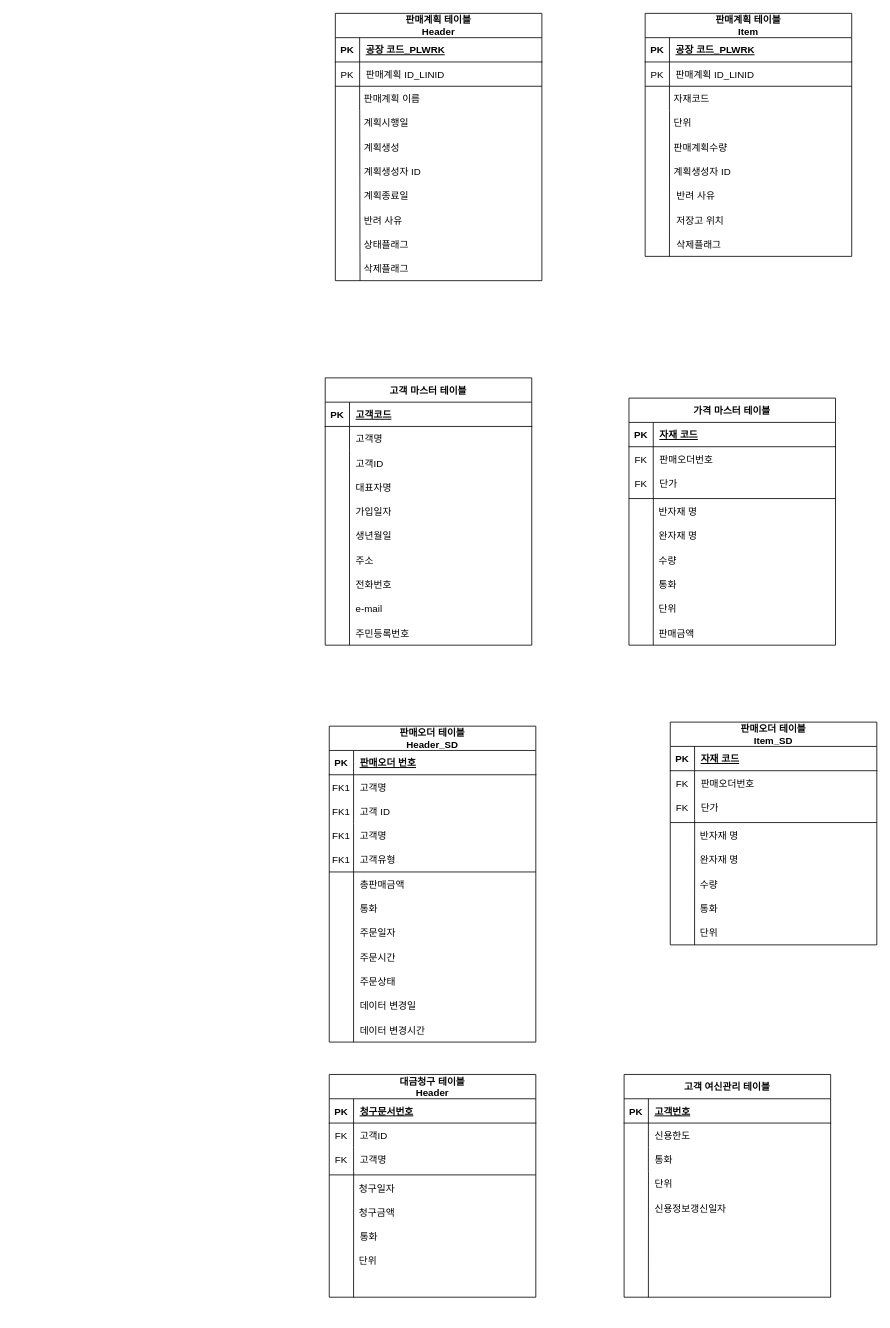
Above: ERD.drawio in theboxx/haha (draw.io), before the change. Source tidied: cells renumbered, new cells numbered last; positions are measured from the earlier drawing's top-left corner, leaving out a move shared by most shapes. Both pictures are drawn from the tidied source at 81%, with x=0, y=0 at pixel (325, 13).
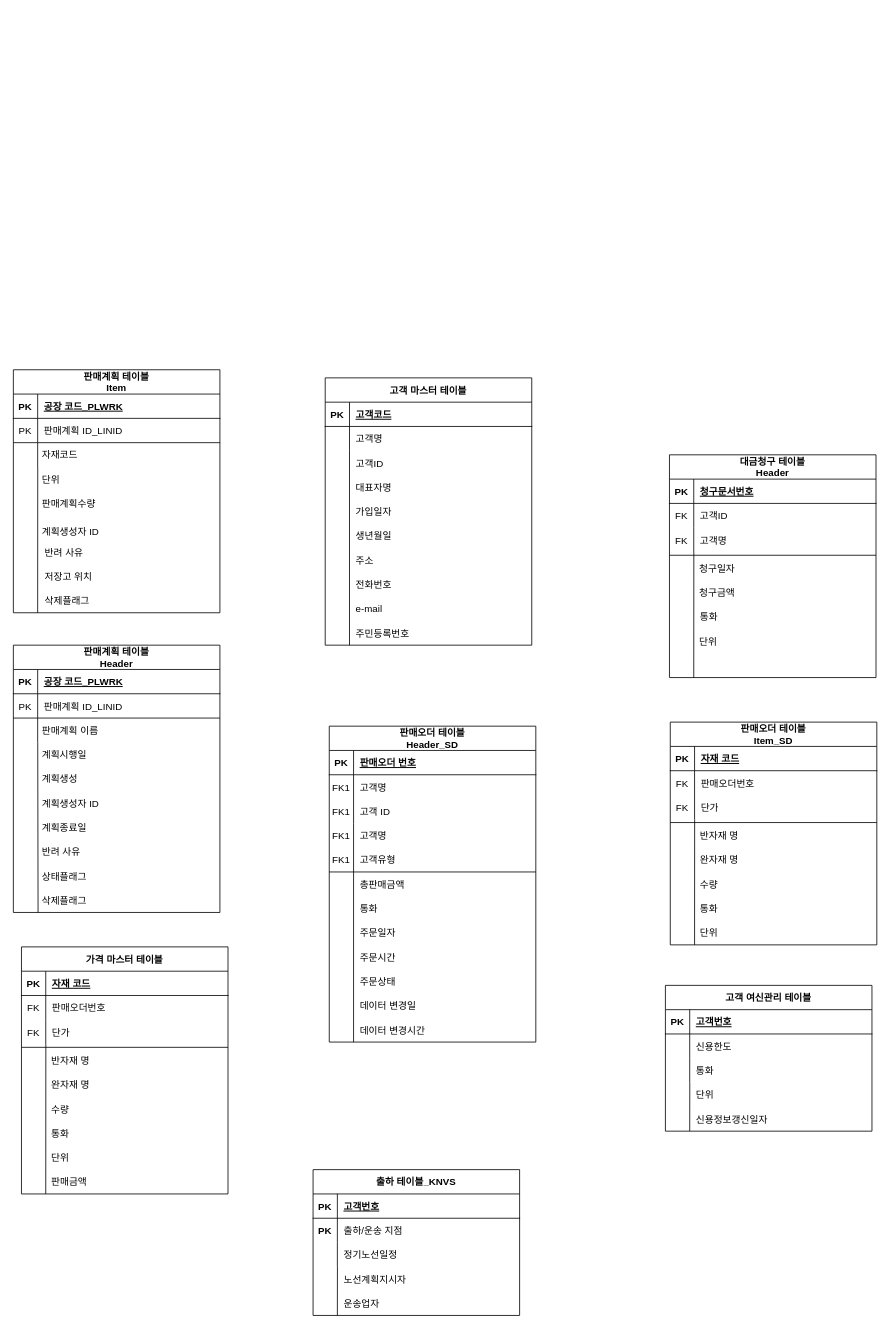
The same diagram, later.

The change refers to these unchanged cells:
```xml
<mxCell id="67" style="shape=partialRectangle;fillColor=none;points=[[0,0.5],[1,0.5]];portConstraint=eastwest;top=0;left=0;right=0;bottom=0;" parent="60" vertex="1">
  <mxGeometry y="90" width="255" height="30" as="geometry" />
</mxCell>
<mxCell id="85" style="shape=partialRectangle;fillColor=none;points=[[0,0.5],[1,0.5]];portConstraint=eastwest;top=0;left=0;right=0;bottom=0;" parent="78" vertex="1">
  <mxGeometry y="90" width="255" height="30" as="geometry" />
</mxCell>
<mxCell id="104" style="shape=partialRectangle;fillColor=none;points=[[0,0.5],[1,0.5]];portConstraint=eastwest;top=0;left=0;right=0;bottom=0;" parent="97" vertex="1">
  <mxGeometry y="90" width="255" height="30" as="geometry" />
</mxCell>
<mxCell id="124" style="shape=partialRectangle;fillColor=none;points=[[0,0.5],[1,0.5]];portConstraint=eastwest;top=0;left=0;right=0;bottom=0;" parent="117" vertex="1">
  <mxGeometry y="90" width="255" height="30" as="geometry" />
</mxCell>
<mxCell id="140" style="shape=partialRectangle;fillColor=none;points=[[0,0.5],[1,0.5]];portConstraint=eastwest;top=0;left=0;right=0;bottom=0;" parent="133" vertex="1">
  <mxGeometry y="90" width="255" height="30" as="geometry" />
</mxCell>
```

Diff of the diagram source:
```diff
@@
     <mxCell id="60" value="가격 마스터 테이블" style="shape=table;startSize=30;childLayout=tableLayout;rowLines=0;fontStyle=1;align=center;" parent="1" vertex="1">
-      <mxGeometry x="375" y="475" width="255" height="305" as="geometry" />
+      <mxGeometry x="-375" y="1152.5" width="255" height="305" as="geometry" />
     </mxCell>
@@
     <mxCell id="70" style="endArrow=none;html=1;rounded=0;entryX=0.118;entryY=1;entryDx=0;entryDy=0;entryPerimeter=0;" parent="1" edge="1" target="67">
       <mxGeometry relative="1" as="geometry">
-        <mxPoint x="405" y="780" as="sourcePoint" />
+        <mxPoint x="-345" y="1457.5" as="sourcePoint" />
       </mxGeometry>
     </mxCell>
     <mxCell id="71" style="endArrow=none;html=1;rounded=0;" parent="1" edge="1">
       <mxGeometry relative="1" as="geometry">
-        <mxPoint x="375" y="599" as="sourcePoint" />
-        <mxPoint x="630" y="599" as="targetPoint" />
+        <mxPoint x="-375" y="1276.5" as="sourcePoint" />
+        <mxPoint x="-120" y="1276.5" as="targetPoint" />
       </mxGeometry>
     </mxCell>
     <mxCell id="72" value="완자재 명" style="shape=partialRectangle;overflow=hidden;fillColor=none;top=0;left=0;bottom=0;right=0;align=left;spacingLeft=6;" parent="1" vertex="1">
-      <mxGeometry x="404" y="630" width="220" height="30" as="geometry" />
+      <mxGeometry x="-346" y="1307.5" width="220" height="30" as="geometry" />
     </mxCell>
     <mxCell id="73" value="통화" style="shape=partialRectangle;overflow=hidden;fillColor=none;top=0;left=0;bottom=0;right=0;align=left;spacingLeft=6;" parent="1" vertex="1">
-      <mxGeometry x="404" y="690" width="220" height="30" as="geometry" />
+      <mxGeometry x="-346" y="1367.5" width="220" height="30" as="geometry" />
     </mxCell>
     <mxCell id="74" value="반자재 명" style="shape=partialRectangle;overflow=hidden;fillColor=none;top=0;left=0;bottom=0;right=0;align=left;spacingLeft=6;" parent="1" vertex="1">
-      <mxGeometry x="404" y="600" width="220" height="30" as="geometry" />
+      <mxGeometry x="-346" y="1277.5" width="220" height="30" as="geometry" />
     </mxCell>
     <mxCell id="75" value="수량" style="shape=partialRectangle;overflow=hidden;fillColor=none;top=0;left=0;bottom=0;right=0;align=left;spacingLeft=6;" parent="1" vertex="1">
-      <mxGeometry x="404" y="660" width="220" height="30" as="geometry" />
+      <mxGeometry x="-346" y="1337.5" width="220" height="30" as="geometry" />
     </mxCell>
     <mxCell id="76" value="단위" style="shape=partialRectangle;overflow=hidden;fillColor=none;top=0;left=0;bottom=0;right=0;align=left;spacingLeft=6;" parent="1" vertex="1">
-      <mxGeometry x="404" y="720" width="220" height="30" as="geometry" />
+      <mxGeometry x="-346" y="1397.5" width="220" height="30" as="geometry" />
     </mxCell>
     <mxCell id="77" value="판매금액" style="shape=partialRectangle;overflow=hidden;fillColor=none;top=0;left=0;bottom=0;right=0;align=left;spacingLeft=6;" parent="1" vertex="1">
-      <mxGeometry x="404" y="750" width="220" height="30" as="geometry" />
+      <mxGeometry x="-346" y="1427.5" width="220" height="30" as="geometry" />
     </mxCell>
     <mxCell id="78" value="판매계획 테이블&#10;Header" style="shape=table;startSize=30;childLayout=tableLayout;rowLines=0;fontStyle=1;align=center;" parent="1" vertex="1">
-      <mxGeometry x="12.5" width="255" height="330" as="geometry" />
+      <mxGeometry x="-385" y="780" width="255" height="330" as="geometry" />
     </mxCell>
@@
     <mxCell id="88" style="endArrow=none;html=1;rounded=0;entryX=0.118;entryY=1;entryDx=0;entryDy=0;entryPerimeter=0;" parent="1" edge="1" target="85">
       <mxGeometry relative="1" as="geometry">
-        <mxPoint x="43" y="330" as="sourcePoint" />
+        <mxPoint x="-354.5" y="1110" as="sourcePoint" />
       </mxGeometry>
     </mxCell>
     <mxCell id="89" style="endArrow=none;html=1;rounded=0;" parent="1" edge="1">
       <mxGeometry relative="1" as="geometry">
-        <mxPoint x="12.5" y="90" as="sourcePoint" />
-        <mxPoint x="267.5" y="90" as="targetPoint" />
+        <mxPoint x="-385" y="870" as="sourcePoint" />
+        <mxPoint x="-130" y="870" as="targetPoint" />
       </mxGeometry>
     </mxCell>
     <mxCell id="90" value="판매계획 이름" style="shape=partialRectangle;overflow=hidden;fillColor=none;top=0;left=0;bottom=0;right=0;align=left;spacingLeft=6;" parent="1" vertex="1">
-      <mxGeometry x="40" y="90" width="220" height="30" as="geometry" />
+      <mxGeometry x="-357.5" y="870" width="220" height="30" as="geometry" />
     </mxCell>
     <mxCell id="91" value="계획생성" style="shape=partialRectangle;overflow=hidden;fillColor=none;top=0;left=0;bottom=0;right=0;align=left;spacingLeft=6;" parent="1" vertex="1">
-      <mxGeometry x="40" y="150" width="220" height="30" as="geometry" />
+      <mxGeometry x="-357.5" y="930" width="220" height="30" as="geometry" />
     </mxCell>
     <mxCell id="92" value="계획시행일" style="shape=partialRectangle;overflow=hidden;fillColor=none;top=0;left=0;bottom=0;right=0;align=left;spacingLeft=6;" parent="1" vertex="1">
-      <mxGeometry x="40" y="120" width="220" height="30" as="geometry" />
+      <mxGeometry x="-357.5" y="900" width="220" height="30" as="geometry" />
     </mxCell>
     <mxCell id="93" value="계획생성자 ID" style="shape=partialRectangle;overflow=hidden;fillColor=none;top=0;left=0;bottom=0;right=0;align=left;spacingLeft=6;" parent="1" vertex="1">
-      <mxGeometry x="40" y="180" width="220" height="30" as="geometry" />
+      <mxGeometry x="-357.5" y="960" width="220" height="30" as="geometry" />
     </mxCell>
     <mxCell id="94" value="반려 사유" style="shape=partialRectangle;overflow=hidden;fillColor=none;top=0;left=0;bottom=0;right=0;align=left;spacingLeft=6;" parent="1" vertex="1">
-      <mxGeometry x="40" y="240" width="220" height="30" as="geometry" />
+      <mxGeometry x="-357.5" y="1020" width="220" height="30" as="geometry" />
     </mxCell>
     <mxCell id="95" value="상태플래그" style="shape=partialRectangle;overflow=hidden;fillColor=none;top=0;left=0;bottom=0;right=0;align=left;spacingLeft=6;" parent="1" vertex="1">
-      <mxGeometry x="40" y="270" width="220" height="30" as="geometry" />
+      <mxGeometry x="-357.5" y="1050" width="220" height="30" as="geometry" />
     </mxCell>
     <mxCell id="96" value="삭제플래그" style="shape=partialRectangle;overflow=hidden;fillColor=none;top=0;left=0;bottom=0;right=0;align=left;spacingLeft=6;" parent="1" vertex="1">
-      <mxGeometry x="40" y="300" width="220" height="30" as="geometry" />
+      <mxGeometry x="-357.5" y="1080" width="220" height="30" as="geometry" />
     </mxCell>
     <mxCell id="97" value="판매계획 테이블&#10;Item" style="shape=table;startSize=30;childLayout=tableLayout;rowLines=0;fontStyle=1;align=center;" parent="1" vertex="1">
-      <mxGeometry x="395" width="255" height="300" as="geometry" />
+      <mxGeometry x="-385" y="440" width="255" height="300" as="geometry" />
     </mxCell>
@@
     <mxCell id="107" style="endArrow=none;html=1;rounded=0;entryX=0.118;entryY=1;entryDx=0;entryDy=0;entryPerimeter=0;" parent="1" edge="1" target="104">
       <mxGeometry relative="1" as="geometry">
-        <mxPoint x="425" y="300" as="sourcePoint" />
+        <mxPoint x="-355" y="740" as="sourcePoint" />
       </mxGeometry>
     </mxCell>
     <mxCell id="108" style="endArrow=none;html=1;rounded=0;" parent="1" edge="1">
       <mxGeometry relative="1" as="geometry">
-        <mxPoint x="395" y="90" as="sourcePoint" />
-        <mxPoint x="650" y="90" as="targetPoint" />
+        <mxPoint x="-385" y="530" as="sourcePoint" />
+        <mxPoint x="-130" y="530" as="targetPoint" />
       </mxGeometry>
     </mxCell>
     <mxCell id="109" value="자재코드" style="shape=partialRectangle;overflow=hidden;fillColor=none;top=0;left=0;bottom=0;right=0;align=left;spacingLeft=6;" parent="1" vertex="1">
-      <mxGeometry x="422.5" y="90" width="220" height="30" as="geometry" />
+      <mxGeometry x="-357.5" y="530" width="220" height="30" as="geometry" />
     </mxCell>
     <mxCell id="110" value="판매계획수량" style="shape=partialRectangle;overflow=hidden;fillColor=none;top=0;left=0;bottom=0;right=0;align=left;spacingLeft=6;" parent="1" vertex="1">
-      <mxGeometry x="422.5" y="150" width="220" height="30" as="geometry" />
+      <mxGeometry x="-357.5" y="590" width="220" height="30" as="geometry" />
     </mxCell>
     <mxCell id="111" value="단위" style="shape=partialRectangle;overflow=hidden;fillColor=none;top=0;left=0;bottom=0;right=0;align=left;spacingLeft=6;" parent="1" vertex="1">
-      <mxGeometry x="422.5" y="120" width="220" height="30" as="geometry" />
+      <mxGeometry x="-357.5" y="560" width="220" height="30" as="geometry" />
     </mxCell>
     <mxCell id="112" value="계획생성자 ID" style="shape=partialRectangle;overflow=hidden;fillColor=none;top=0;left=0;bottom=0;right=0;align=left;spacingLeft=6;" parent="1" vertex="1">
-      <mxGeometry x="422.5" y="180" width="220" height="30" as="geometry" />
+      <mxGeometry x="-357.5" y="620" width="220" height="40" as="geometry" />
     </mxCell>
     <mxCell id="113" value="반려 사유" style="shape=partialRectangle;overflow=hidden;fillColor=none;top=0;left=0;bottom=0;right=0;align=left;spacingLeft=6;" parent="1" vertex="1">
-      <mxGeometry x="426" y="210" width="220" height="30" as="geometry" />
+      <mxGeometry x="-354" y="650" width="220" height="30" as="geometry" />
     </mxCell>
     <mxCell id="114" value="삭제플래그" style="shape=partialRectangle;overflow=hidden;fillColor=none;top=0;left=0;bottom=0;right=0;align=left;spacingLeft=6;" parent="1" vertex="1">
-      <mxGeometry x="426" y="270" width="220" height="30" as="geometry" />
+      <mxGeometry x="-354" y="710" width="220" height="30" as="geometry" />
     </mxCell>
     <mxCell id="115" value="계획종료일" style="shape=partialRectangle;overflow=hidden;fillColor=none;top=0;left=0;bottom=0;right=0;align=left;spacingLeft=6;" parent="1" vertex="1">
-      <mxGeometry x="40" y="210" width="220" height="30" as="geometry" />
+      <mxGeometry x="-357.5" y="990" width="220" height="30" as="geometry" />
     </mxCell>
     <mxCell id="116" value="저장고 위치" style="shape=partialRectangle;overflow=hidden;fillColor=none;top=0;left=0;bottom=0;right=0;align=left;spacingLeft=6;" parent="1" vertex="1">
-      <mxGeometry x="426" y="240" width="220" height="30" as="geometry" />
+      <mxGeometry x="-354" y="680" width="220" height="30" as="geometry" />
     </mxCell>
     <mxCell id="117" value="대금청구 테이블&#10;Header" style="shape=table;startSize=30;childLayout=tableLayout;rowLines=0;fontStyle=1;align=center;" parent="1" vertex="1">
-      <mxGeometry x="5" y="1310" width="255" height="275" as="geometry" />
+      <mxGeometry x="425" y="545" width="255" height="275" as="geometry" />
     </mxCell>
@@
     <mxCell id="127" style="endArrow=none;html=1;rounded=0;entryX=0.118;entryY=1;entryDx=0;entryDy=0;entryPerimeter=0;" parent="1" edge="1" target="124">
       <mxGeometry relative="1" as="geometry">
-        <mxPoint x="35" y="1585" as="sourcePoint" />
+        <mxPoint x="455" y="820" as="sourcePoint" />
       </mxGeometry>
     </mxCell>
     <mxCell id="128" style="endArrow=none;html=1;rounded=0;" parent="1" edge="1">
       <mxGeometry relative="1" as="geometry">
-        <mxPoint x="5" y="1434" as="sourcePoint" />
-        <mxPoint x="260" y="1434" as="targetPoint" />
+        <mxPoint x="425" y="669" as="sourcePoint" />
+        <mxPoint x="680" y="669" as="targetPoint" />
       </mxGeometry>
     </mxCell>
     <mxCell id="129" value="청구금액" style="shape=partialRectangle;overflow=hidden;fillColor=none;top=0;left=0;bottom=0;right=0;align=left;spacingLeft=6;" parent="1" vertex="1">
-      <mxGeometry x="34" y="1465" width="220" height="30" as="geometry" />
+      <mxGeometry x="454" y="700" width="220" height="30" as="geometry" />
     </mxCell>
     <mxCell id="130" value="통화" style="shape=partialRectangle;overflow=hidden;fillColor=none;top=0;left=0;bottom=0;right=0;align=left;spacingLeft=6;" parent="1" vertex="1">
-      <mxGeometry x="35" y="1495" width="220" height="30" as="geometry" />
+      <mxGeometry x="455" y="730" width="220" height="30" as="geometry" />
     </mxCell>
     <mxCell id="131" value="청구일자" style="shape=partialRectangle;overflow=hidden;fillColor=none;top=0;left=0;bottom=0;right=0;align=left;spacingLeft=6;" parent="1" vertex="1">
-      <mxGeometry x="34" y="1435" width="220" height="30" as="geometry" />
+      <mxGeometry x="454" y="670" width="220" height="30" as="geometry" />
     </mxCell>
     <mxCell id="132" value="단위" style="shape=partialRectangle;overflow=hidden;fillColor=none;top=0;left=0;bottom=0;right=0;align=left;spacingLeft=6;" parent="1" vertex="1">
-      <mxGeometry x="34" y="1525" width="220" height="30" as="geometry" />
+      <mxGeometry x="454" y="760" width="220" height="30" as="geometry" />
     </mxCell>
     <mxCell id="133" value="고객 여신관리 테이블" style="shape=table;startSize=30;childLayout=tableLayout;rowLines=0;fontStyle=1;align=center;" parent="1" vertex="1">
-      <mxGeometry x="369" y="1310" width="255" height="275" as="geometry" />
+      <mxGeometry x="420" y="1200" width="255" height="180" as="geometry" />
     </mxCell>
@@
     <mxCell id="143" style="endArrow=none;html=1;rounded=0;entryX=0.118;entryY=1;entryDx=0;entryDy=0;entryPerimeter=0;" parent="1" edge="1" target="140">
       <mxGeometry relative="1" as="geometry">
-        <mxPoint x="399" y="1585" as="sourcePoint" />
+        <mxPoint x="450" y="1380" as="sourcePoint" />
       </mxGeometry>
     </mxCell>
     <mxCell id="144" value="신용한도" style="shape=partialRectangle;overflow=hidden;fillColor=none;top=0;left=0;bottom=0;right=0;align=left;spacingLeft=6;" parent="1" vertex="1">
-      <mxGeometry x="399" y="1370" width="220" height="30" as="geometry" />
+      <mxGeometry x="450" y="1260" width="220" height="30" as="geometry" />
     </mxCell>
     <mxCell id="145" value="통화" style="shape=partialRectangle;overflow=hidden;fillColor=none;top=0;left=0;bottom=0;right=0;align=left;spacingLeft=6;" parent="1" vertex="1">
-      <mxGeometry x="399" y="1400" width="220" height="30" as="geometry" />
+      <mxGeometry x="450" y="1290" width="220" height="30" as="geometry" />
     </mxCell>
     <mxCell id="146" value="단위" style="shape=partialRectangle;overflow=hidden;fillColor=none;top=0;left=0;bottom=0;right=0;align=left;spacingLeft=6;" parent="1" vertex="1">
-      <mxGeometry x="399" y="1430" width="220" height="30" as="geometry" />
+      <mxGeometry x="450" y="1320" width="220" height="30" as="geometry" />
     </mxCell>
     <mxCell id="147" value="신용정보갱신일자" style="shape=partialRectangle;overflow=hidden;fillColor=none;top=0;left=0;bottom=0;right=0;align=left;spacingLeft=6;" parent="1" vertex="1">
-      <mxGeometry x="399" y="1460" width="220" height="30" as="geometry" />
+      <mxGeometry x="450" y="1350" width="220" height="30" as="geometry" />
     </mxCell>
+    <mxCell id="148" value="출하 테이블_KNVS" style="shape=table;startSize=30;childLayout=tableLayout;rowLines=0;fontStyle=1;align=center;" parent="1" vertex="1">
+      <mxGeometry x="-15" y="1427.5" width="255" height="180" as="geometry" />
+    </mxCell>
+    <mxCell id="149" style="shape=partialRectangle;fillColor=none;top=0;left=0;right=0;bottom=1;" parent="148" vertex="1">
+      <mxGeometry y="30" width="255" height="30" as="geometry" />
+    </mxCell>
+    <mxCell id="150" value="PK" style="shape=partialRectangle;overflow=hidden;fillColor=none;top=0;left=0;bottom=0;right=0;fontStyle=1;" parent="149" vertex="1">
+      <mxGeometry width="30" height="30" as="geometry" />
+    </mxCell>
+    <mxCell id="151" value="고객번호" style="shape=partialRectangle;overflow=hidden;fillColor=none;top=0;left=0;bottom=0;right=0;align=left;spacingLeft=6;fontStyle=5;" parent="149" vertex="1">
+      <mxGeometry x="30" width="225" height="30" as="geometry" />
+    </mxCell>
+    <mxCell id="152" style="shape=partialRectangle;fillColor=none;top=0;left=0;right=0;bottom=0;" parent="148" vertex="1">
+      <mxGeometry y="60" width="255" height="30" as="geometry" />
+    </mxCell>
+    <mxCell id="153" style="shape=partialRectangle;overflow=hidden;fillColor=none;top=0;left=0;bottom=0;right=0;" parent="152" vertex="1">
+      <mxGeometry width="30" height="30" as="geometry" />
+    </mxCell>
+    <mxCell id="154" style="shape=partialRectangle;overflow=hidden;fillColor=none;top=0;left=0;bottom=0;right=0;align=left;spacingLeft=6;" parent="152" vertex="1">
+      <mxGeometry x="30" width="225" height="30" as="geometry" />
+    </mxCell>
+    <mxCell id="155" style="shape=partialRectangle;fillColor=none;points=[[0,0.5],[1,0.5]];portConstraint=eastwest;top=0;left=0;right=0;bottom=0;" parent="148" vertex="1">
+      <mxGeometry y="90" width="255" height="30" as="geometry" />
+    </mxCell>
+    <mxCell id="156" style="shape=partialRectangle;overflow=hidden;fillColor=none;top=0;left=0;bottom=0;right=0;" parent="155" vertex="1">
+      <mxGeometry width="30" height="30" as="geometry" />
+    </mxCell>
+    <mxCell id="157" style="shape=partialRectangle;overflow=hidden;fillColor=none;top=0;left=0;bottom=0;right=0;align=left;spacingLeft=6;" parent="155" vertex="1">
+      <mxGeometry x="30" width="225" height="30" as="geometry" />
+    </mxCell>
+    <mxCell id="158" style="endArrow=none;html=1;rounded=0;entryX=0.118;entryY=1;entryDx=0;entryDy=0;entryPerimeter=0;" parent="1" edge="1" target="155">
+      <mxGeometry relative="1" as="geometry">
+        <mxPoint x="15" y="1607.5" as="sourcePoint" />
+      </mxGeometry>
+    </mxCell>
+    <mxCell id="159" value="출하/운송 지점" style="shape=partialRectangle;overflow=hidden;fillColor=none;top=0;left=0;bottom=0;right=0;align=left;spacingLeft=6;" parent="1" vertex="1">
+      <mxGeometry x="15" y="1487.5" width="220" height="30" as="geometry" />
+    </mxCell>
+    <mxCell id="160" value="정기노선일정" style="shape=partialRectangle;overflow=hidden;fillColor=none;top=0;left=0;bottom=0;right=0;align=left;spacingLeft=6;" parent="1" vertex="1">
+      <mxGeometry x="15" y="1517.5" width="220" height="30" as="geometry" />
+    </mxCell>
+    <mxCell id="161" value="노선계획지시자" style="shape=partialRectangle;overflow=hidden;fillColor=none;top=0;left=0;bottom=0;right=0;align=left;spacingLeft=6;" parent="1" vertex="1">
+      <mxGeometry x="15" y="1547.5" width="220" height="30" as="geometry" />
+    </mxCell>
+    <mxCell id="162" value="운송업자" style="shape=partialRectangle;overflow=hidden;fillColor=none;top=0;left=0;bottom=0;right=0;align=left;spacingLeft=6;" parent="1" vertex="1">
+      <mxGeometry x="15" y="1577.5" width="220" height="30" as="geometry" />
+    </mxCell>
+    <mxCell id="163" value="PK" style="shape=partialRectangle;overflow=hidden;fillColor=none;top=0;left=0;bottom=0;right=0;fontStyle=1;" parent="1" vertex="1">
+      <mxGeometry x="-15" y="1487.5" width="30" height="30" as="geometry" />
+    </mxCell>
```
